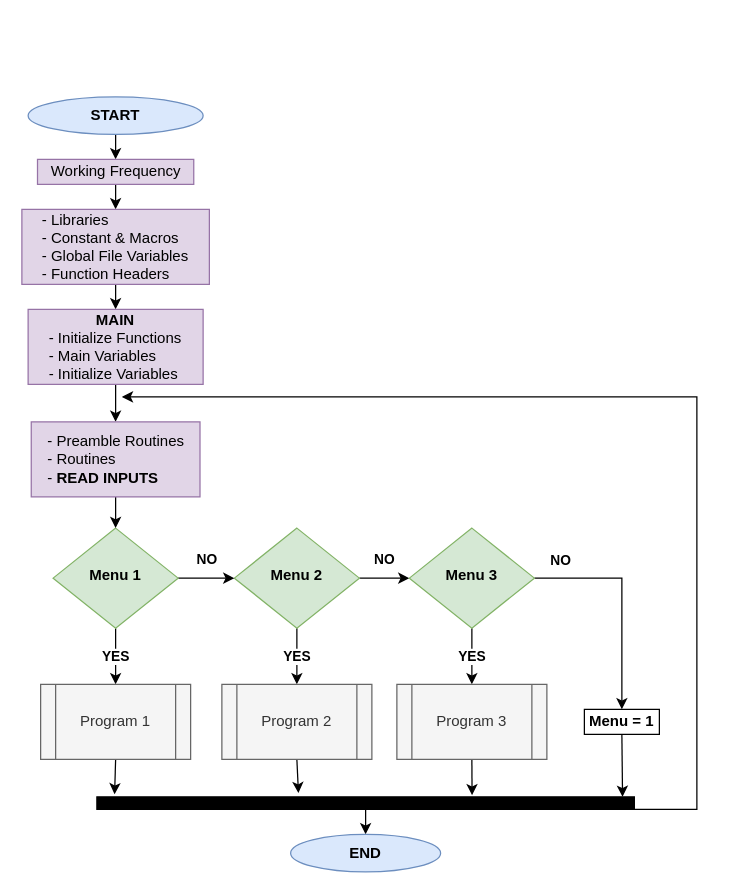
Earlier version of the draw.io diagram Relatorio_2/LabsisWebPage/image/fluxograma/MODEL_1.drawio (sergio1020881/LABSIS20202021). Source tidied: cells renumbered, new cells numbered last; positions are measured from the earlier drawing's top-left corner, leaving out a move shared by most shapes. Both pictures are drawn from the tidied source at 125%, with x=0, y=0 at pixel (21, 96).
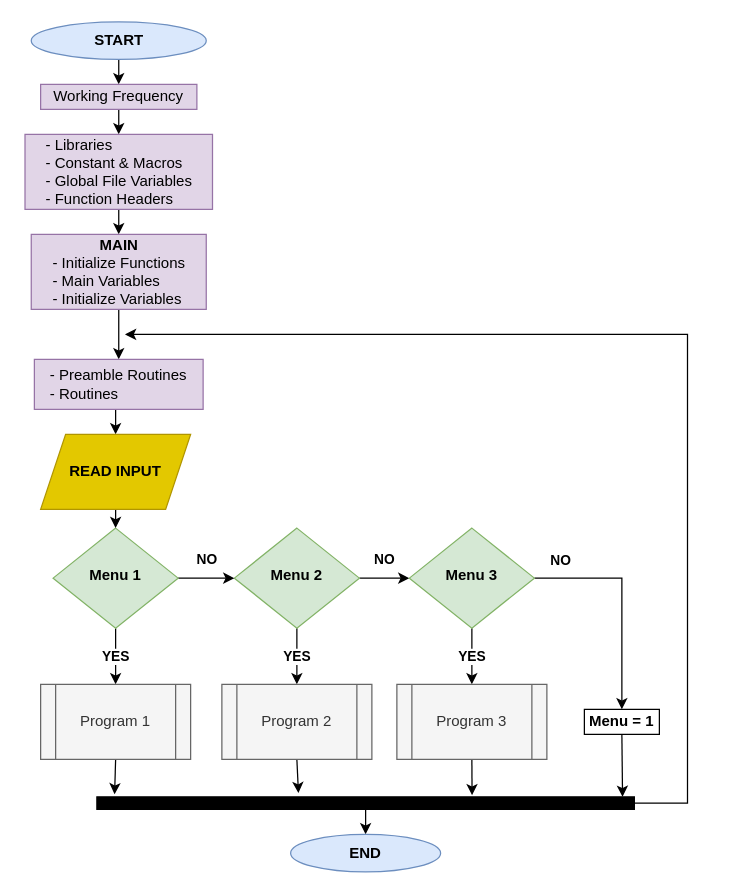
The same diagram, later.

Unchanged cells that the change refers to:
```xml
<mxCell id="7" value="&lt;b&gt;Menu 1&lt;/b&gt;" style="rhombus;whiteSpace=wrap;html=1;shadow=0;fontFamily=Helvetica;fontSize=12;align=center;strokeWidth=1;spacing=6;spacingTop=-4;fillColor=#d5e8d4;strokeColor=#82b366;" parent="1" vertex="1">
  <mxGeometry x="25" y="345" width="100" height="80" as="geometry" />
</mxCell>
<mxCell id="33" style="rounded=0;whiteSpace=wrap;html=1;fillColor=#000000;" parent="1" vertex="1">
  <mxGeometry x="60" y="560" width="430" height="10" as="geometry" />
</mxCell>
```

Diff of the diagram source:
```diff
@@
     <mxCell id="9" value="&lt;b&gt;START&lt;/b&gt;" style="ellipse;whiteSpace=wrap;html=1;fillColor=#dae8fc;strokeColor=#6c8ebf;" parent="1" vertex="1">
-      <mxGeometry x="5" width="140" height="30" as="geometry" />
+      <mxGeometry x="7.5" y="-60" width="140" height="30" as="geometry" />
     </mxCell>
@@
     <mxCell id="11" value="Working Frequency" style="rounded=0;whiteSpace=wrap;html=1;fillColor=#e1d5e7;strokeColor=#9673a6;" parent="1" vertex="1">
-      <mxGeometry x="12.5" y="50" width="125" height="20" as="geometry" />
+      <mxGeometry x="15" y="-10" width="125" height="20" as="geometry" />
     </mxCell>
@@
     <mxCell id="13" value="&lt;div align=&quot;left&quot;&gt;- Libraries&lt;/div&gt;&lt;div align=&quot;left&quot;&gt;- Constant &amp;amp; Macros&lt;/div&gt;&lt;div align=&quot;left&quot;&gt;- Global File Variables&lt;/div&gt;&lt;div align=&quot;left&quot;&gt;- Function Headers&lt;br&gt;&lt;/div&gt;" style="rounded=0;whiteSpace=wrap;html=1;fillColor=#e1d5e7;strokeColor=#9673a6;" parent="1" vertex="1">
-      <mxGeometry y="90" width="150" height="60" as="geometry" />
+      <mxGeometry x="2.5" y="30" width="150" height="60" as="geometry" />
     </mxCell>
@@
     <mxCell id="15" value="&lt;div&gt;&lt;b&gt;MAIN&lt;br&gt;&lt;/b&gt;&lt;/div&gt;&lt;div&gt;&lt;div align=&quot;left&quot;&gt;- Initialize Functions&lt;br&gt;&lt;/div&gt;&lt;/div&gt;&lt;div align=&quot;left&quot;&gt;- Main Variables&lt;/div&gt;&lt;div align=&quot;left&quot;&gt;- Initialize Variables&lt;/div&gt;" style="rounded=0;whiteSpace=wrap;html=1;fillColor=#e1d5e7;strokeColor=#9673a6;" parent="1" vertex="1">
-      <mxGeometry x="5" y="170" width="140" height="60" as="geometry" />
+      <mxGeometry x="7.5" y="110" width="140" height="60" as="geometry" />
     </mxCell>
-    <mxCell id="16" style="edgeStyle=orthogonalEdgeStyle;rounded=0;jettySize=auto;html=1;exitX=0.5;exitY=1;exitDx=0;exitDy=0;entryX=0.5;entryY=0;entryDx=0;entryDy=0;" parent="1" edge="1" source="17" target="7">
-      <mxGeometry relative="1" as="geometry" />
-    </mxCell>
+    <mxCell id="35" style="edgeStyle=orthogonalEdgeStyle;rounded=0;jettySize=auto;html=1;exitX=0.5;exitY=1;exitDx=0;exitDy=0;entryX=0.5;entryY=0;entryDx=0;entryDy=0;" parent="1" edge="1" source="17" target="38">
+      <mxGeometry relative="1" as="geometry" />
+    </mxCell>
-    <mxCell id="17" value="&lt;div align=&quot;left&quot;&gt;- Preamble Routines&lt;/div&gt;&lt;div align=&quot;left&quot;&gt;- Routines&lt;/div&gt;&lt;div align=&quot;left&quot;&gt;- &lt;b&gt;READ INPUTS&lt;/b&gt;&lt;br&gt;&lt;/div&gt;" style="rounded=0;whiteSpace=wrap;html=1;fillColor=#e1d5e7;strokeColor=#9673a6;" parent="1" vertex="1">
-      <mxGeometry x="7.5" y="260" width="135" height="60" as="geometry" />
+    <mxCell id="17" value="&lt;div align=&quot;left&quot;&gt;- Preamble Routines&lt;/div&gt;&lt;div align=&quot;left&quot;&gt;- Routines&lt;/div&gt;" style="rounded=0;whiteSpace=wrap;html=1;fillColor=#e1d5e7;strokeColor=#9673a6;" parent="1" vertex="1">
+      <mxGeometry x="10" y="210" width="135" height="40" as="geometry" />
     </mxCell>
@@
-    <mxCell id="32" style="edgeStyle=orthogonalEdgeStyle;rounded=0;jettySize=auto;html=1;exitX=1;exitY=0.25;exitDx=0;exitDy=0;" parent="1" edge="1" source="33">
-      <mxGeometry relative="1" as="geometry">
-        <mxPoint x="80" y="240" as="targetPoint" />
-        <Array as="points">
-          <mxPoint x="490" y="570" />
-          <mxPoint x="540" y="570" />
-          <mxPoint x="540" y="240" />
-        </Array>
-      </mxGeometry>
-    </mxCell>
+    <mxCell id="36" style="edgeStyle=orthogonalEdgeStyle;rounded=0;jettySize=auto;html=1;exitX=1;exitY=0.5;exitDx=0;exitDy=0;" parent="1" edge="1" source="33">
+      <mxGeometry relative="1" as="geometry">
+        <mxPoint x="82.5" y="190" as="targetPoint" />
+        <Array as="points">
+          <mxPoint x="532.5" y="565" />
+          <mxPoint x="532.5" y="190" />
+        </Array>
+      </mxGeometry>
+    </mxCell>
@@
+    <mxCell id="37" style="edgeStyle=orthogonalEdgeStyle;rounded=0;jettySize=auto;html=1;exitX=0.5;exitY=1;exitDx=0;exitDy=0;entryX=0.5;entryY=0;entryDx=0;entryDy=0;" parent="1" edge="1" source="38" target="7">
+      <mxGeometry relative="1" as="geometry" />
+    </mxCell>
+    <mxCell id="38" value="&lt;font color=&quot;#000000&quot;&gt;&lt;b&gt;READ INPUT&lt;/b&gt;&lt;br&gt;&lt;/font&gt;" style="shape=parallelogram;perimeter=parallelogramPerimeter;whiteSpace=wrap;html=1;fixedSize=1;fillColor=#e3c800;strokeColor=#B09500;fontColor=#ffffff;" parent="1" vertex="1">
+      <mxGeometry x="15" y="270" width="120" height="60" as="geometry" />
+    </mxCell>
```
